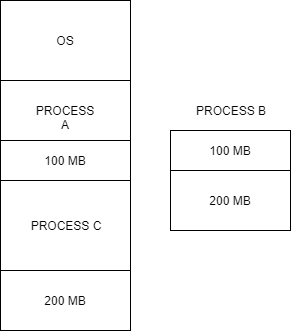
The draw.io diagram images/external_fragmentation.png in nganhkhoa/thesis, before a commit. Source tidied: cells renumbered, new cells last; positions are measured from the earlier drawing's top-left corner, leaving out a move shared by most shapes. Source of this version:
```xml
<mxGraphModel>
  <root>
    <mxCell id="0" />
    <mxCell id="1" parent="0" />
    <mxCell id="2" style="group;" parent="1" vertex="1">
      <mxGeometry width="130" height="330" as="geometry" />
    </mxCell>
    <mxCell id="3" value="OS" style="rounded=0;whiteSpace=wrap;html=1;" parent="2" vertex="1">
      <mxGeometry width="130" height="80" as="geometry" />
    </mxCell>
    <mxCell id="4" value="PROCESS A" style="rounded=0;whiteSpace=wrap;html=1;" parent="2" vertex="1">
      <mxGeometry y="80" width="130" height="60" as="geometry" />
    </mxCell>
    <mxCell id="5" value="100 MB" style="rounded=0;whiteSpace=wrap;html=1;" parent="2" vertex="1">
      <mxGeometry y="140" width="130" height="40" as="geometry" />
    </mxCell>
    <mxCell id="6" value="PROCESS C" style="rounded=0;whiteSpace=wrap;html=1;" parent="2" vertex="1">
      <mxGeometry y="180" width="130" height="90" as="geometry" />
    </mxCell>
    <mxCell id="7" value="200 MB" style="rounded=0;whiteSpace=wrap;html=1;" parent="2" vertex="1">
      <mxGeometry y="270" width="130" height="60" as="geometry" />
    </mxCell>
    <mxCell id="8" style="group;" parent="1" vertex="1">
      <mxGeometry x="170" y="100" width="120" height="130" as="geometry" />
    </mxCell>
    <mxCell id="9" value="100 MB" style="rounded=0;whiteSpace=wrap;html=1;" parent="8" vertex="1">
      <mxGeometry y="30" width="120" height="40" as="geometry" />
    </mxCell>
    <mxCell id="10" value="200 MB" style="rounded=0;whiteSpace=wrap;html=1;" parent="8" vertex="1">
      <mxGeometry y="70" width="120" height="60" as="geometry" />
    </mxCell>
    <mxCell id="11" value="PROCESS B" style="text;html=1;strokeColor=none;fillColor=none;align=center;verticalAlign=middle;whiteSpace=wrap;rounded=0;" parent="8" vertex="1">
      <mxGeometry x="10" width="100" height="20" as="geometry" />
    </mxCell>
  </root>
</mxGraphModel>
```
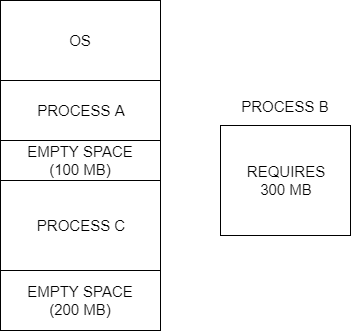
Above is the later version.

Diff of the diagram source:
```diff
@@ -2,35 +2,32 @@
   <root>
     <mxCell id="0" />
     <mxCell id="1" parent="0" />
-    <mxCell id="2" style="group;" parent="1" vertex="1">
-      <mxGeometry width="130" height="330" as="geometry" />
+    <mxCell id="2" style="group;fontSize=15;" parent="1" vertex="1">
+      <mxGeometry width="160" height="330" as="geometry" />
     </mxCell>
-    <mxCell id="3" value="OS" style="rounded=0;whiteSpace=wrap;html=1;" parent="2" vertex="1">
-      <mxGeometry width="130" height="80" as="geometry" />
+    <mxCell id="3" value="OS" style="rounded=0;whiteSpace=wrap;html=1;fontSize=15;" parent="2" vertex="1">
+      <mxGeometry width="160" height="80" as="geometry" />
     </mxCell>
-    <mxCell id="4" value="PROCESS A" style="rounded=0;whiteSpace=wrap;html=1;" parent="2" vertex="1">
-      <mxGeometry y="80" width="130" height="60" as="geometry" />
+    <mxCell id="4" value="PROCESS A" style="rounded=0;whiteSpace=wrap;html=1;fontSize=15;" parent="2" vertex="1">
+      <mxGeometry y="80" width="160" height="60" as="geometry" />
     </mxCell>
-    <mxCell id="5" value="100 MB" style="rounded=0;whiteSpace=wrap;html=1;" parent="2" vertex="1">
-      <mxGeometry y="140" width="130" height="40" as="geometry" />
+    <mxCell id="5" value="EMPTY SPACE&lt;br&gt;(100 MB)" style="rounded=0;whiteSpace=wrap;html=1;fontSize=15;" parent="2" vertex="1">
+      <mxGeometry y="140" width="160" height="40" as="geometry" />
     </mxCell>
-    <mxCell id="6" value="PROCESS C" style="rounded=0;whiteSpace=wrap;html=1;" parent="2" vertex="1">
-      <mxGeometry y="180" width="130" height="90" as="geometry" />
+    <mxCell id="6" value="PROCESS C" style="rounded=0;whiteSpace=wrap;html=1;fontSize=15;" parent="2" vertex="1">
+      <mxGeometry y="180" width="160" height="90" as="geometry" />
     </mxCell>
-    <mxCell id="7" value="200 MB" style="rounded=0;whiteSpace=wrap;html=1;" parent="2" vertex="1">
-      <mxGeometry y="270" width="130" height="60" as="geometry" />
+    <mxCell id="7" value="EMPTY SPACE&lt;br style=&quot;font-size: 15px;&quot;&gt;(200 MB)" style="rounded=0;whiteSpace=wrap;html=1;fontSize=15;" parent="2" vertex="1">
+      <mxGeometry y="270" width="160" height="60" as="geometry" />
     </mxCell>
-    <mxCell id="8" style="group;" parent="1" vertex="1">
-      <mxGeometry x="170" y="100" width="120" height="130" as="geometry" />
+    <mxCell id="8" style="group;fontSize=15;" parent="1" vertex="1">
+      <mxGeometry x="220" y="95" width="130" height="140" as="geometry" />
     </mxCell>
-    <mxCell id="9" value="100 MB" style="rounded=0;whiteSpace=wrap;html=1;" parent="8" vertex="1">
-      <mxGeometry y="30" width="120" height="40" as="geometry" />
-    </mxCell>
-    <mxCell id="10" value="200 MB" style="rounded=0;whiteSpace=wrap;html=1;" parent="8" vertex="1">
-      <mxGeometry y="70" width="120" height="60" as="geometry" />
+    <mxCell id="10" value="REQUIRES&lt;br style=&quot;font-size: 15px;&quot;&gt;300 MB" style="rounded=0;whiteSpace=wrap;html=1;fontSize=15;" parent="8" vertex="1">
+      <mxGeometry y="30" width="130" height="110" as="geometry" />
     </mxCell>
-    <mxCell id="11" value="PROCESS B" style="text;html=1;strokeColor=none;fillColor=none;align=center;verticalAlign=middle;whiteSpace=wrap;rounded=0;" parent="8" vertex="1">
-      <mxGeometry x="10" width="100" height="20" as="geometry" />
+    <mxCell id="11" value="PROCESS B" style="text;html=1;strokeColor=none;fillColor=none;align=center;verticalAlign=middle;whiteSpace=wrap;rounded=0;fontSize=15;" parent="8" vertex="1">
+      <mxGeometry x="10.8" width="108.3" height="21.5" as="geometry" />
     </mxCell>
   </root>
 </mxGraphModel>
```
